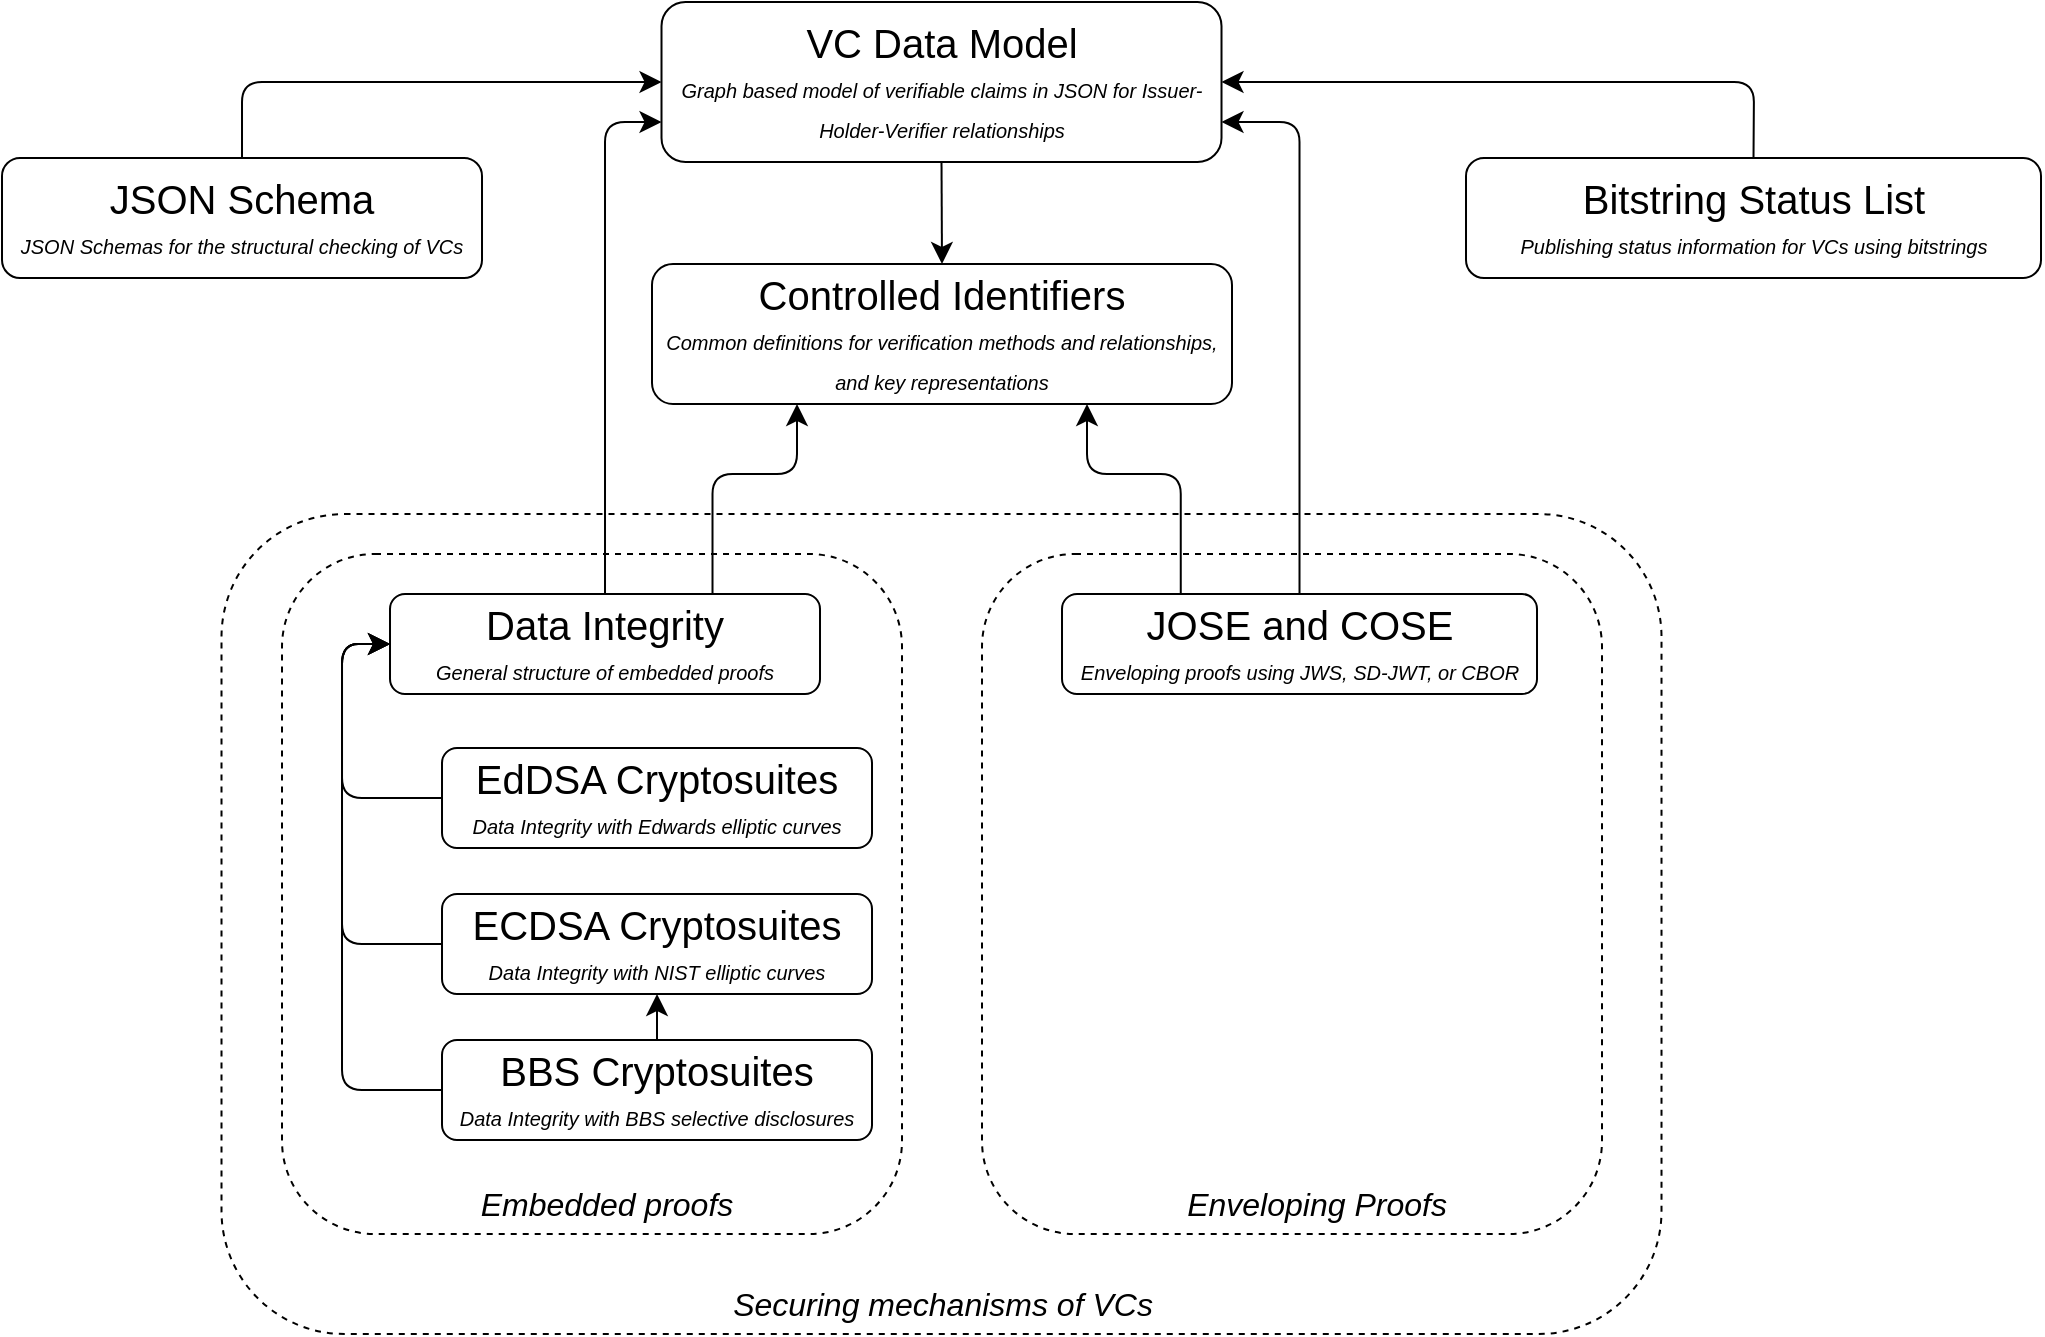
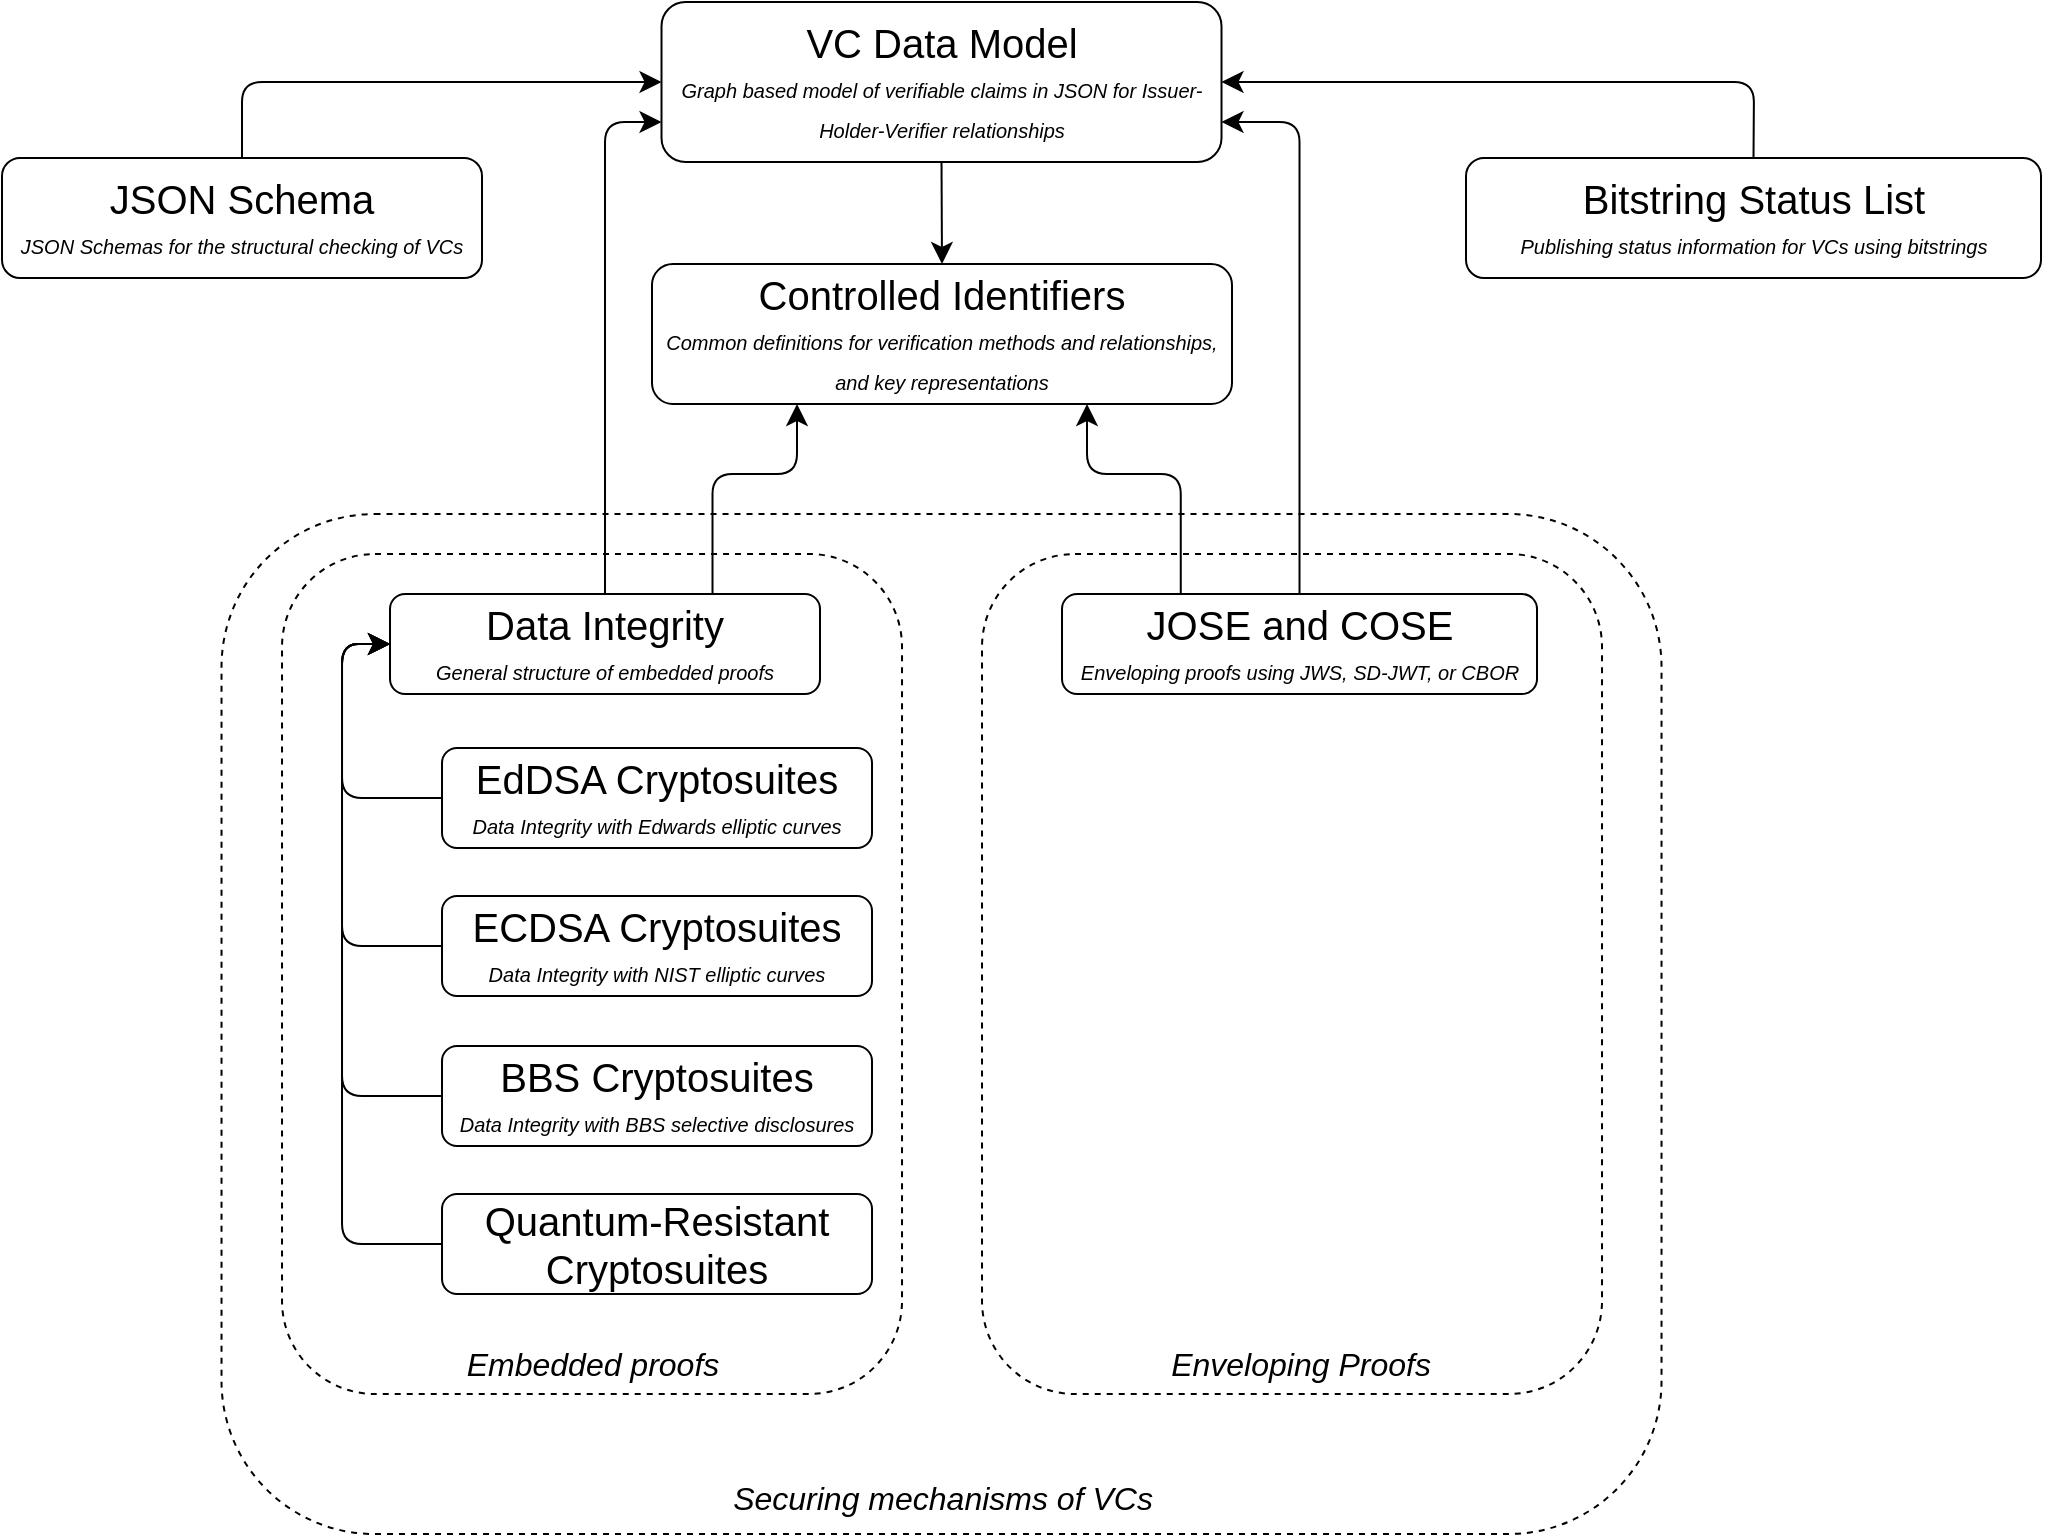
- <mxfile host="Electron" agent="Mozilla/5.0 (Macintosh; Intel Mac OS X 10_15_7) AppleWebKit/537.36 (KHTML, like Gecko) draw.io/26.2.15 Chrome/134.0.6998.205 Electron/35.2.1 Safari/537.36" version="26.2.15">
+ <mxfile host="Electron" agent="Mozilla/5.0 (Macintosh; Intel Mac OS X 10_15_7) AppleWebKit/537.36 (KHTML, like Gecko) draw.io/26.2.15 Chrome/134.0.6998.205 Electron/35.2.1 Safari/537.36">
  <diagram name="Page-1" id="6gULVhWcurzz5zKnDaAR">
-     <mxGraphModel dx="1667" dy="1058" grid="1" gridSize="10" guides="1" tooltips="1" connect="1" arrows="1" fold="1" page="1" pageScale="1" pageWidth="1169" pageHeight="827" background="none" math="0" shadow="0">
+     <mxGraphModel dx="1496" dy="1205" grid="1" gridSize="10" guides="1" tooltips="1" connect="1" arrows="1" fold="1" page="1" pageScale="1" pageWidth="1169" pageHeight="827" background="none" math="0" shadow="0">
      <root>
        <mxCell id="0" />
        <mxCell id="1" parent="0" />
-         <mxCell id="r7VOtmBWi9sTdI5Oyx6i-44" value="" style="rounded=1;whiteSpace=wrap;html=1;fontSize=16;fillColor=none;dashed=1;labelBackgroundColor=none;" parent="1" vertex="1">
-           <mxGeometry x="184.755" y="320" width="720" height="410" as="geometry" />
+         <mxCell id="r7VOtmBWi9sTdI5Oyx6i-44" parent="1" style="rounded=1;whiteSpace=wrap;html=1;fontSize=16;fillColor=none;dashed=1;labelBackgroundColor=none;" value="" vertex="1">
+           <mxGeometry height="510" width="720" x="184.76" y="320" as="geometry" />
        </mxCell>
-         <mxCell id="r7VOtmBWi9sTdI5Oyx6i-20" value="" style="edgeStyle=elbowEdgeStyle;elbow=vertical;endArrow=classic;html=1;curved=0;rounded=1;endSize=8;startSize=8;fontSize=12;exitX=0.5;exitY=0;exitDx=0;exitDy=0;entryX=0;entryY=0.75;entryDx=0;entryDy=0;labelBackgroundColor=none;fontColor=default;" parent="1" source="r7VOtmBWi9sTdI5Oyx6i-2" target="r7VOtmBWi9sTdI5Oyx6i-1" edge="1">
-           <mxGeometry width="50" height="50" relative="1" as="geometry">
-             <mxPoint x="375.005" y="350" as="sourcePoint" />
-             <mxPoint x="425.005" y="300" as="targetPoint" />
+         <mxCell id="r7VOtmBWi9sTdI5Oyx6i-20" edge="1" parent="1" source="r7VOtmBWi9sTdI5Oyx6i-2" style="edgeStyle=elbowEdgeStyle;elbow=vertical;endArrow=classic;html=1;curved=0;rounded=1;endSize=8;startSize=8;fontSize=12;exitX=0.5;exitY=0;exitDx=0;exitDy=0;entryX=0;entryY=0.75;entryDx=0;entryDy=0;labelBackgroundColor=none;fontColor=default;" target="r7VOtmBWi9sTdI5Oyx6i-1" value="">
+           <mxGeometry height="50" relative="1" width="50" as="geometry">
            <Array as="points">
              <mxPoint x="390" y="124" />
            </Array>
+             <mxPoint x="375.005" y="350" as="sourcePoint" />
+             <mxPoint x="425.005" y="300" as="targetPoint" />
          </mxGeometry>
        </mxCell>
-         <mxCell id="r7VOtmBWi9sTdI5Oyx6i-21" value="" style="edgeStyle=elbowEdgeStyle;elbow=vertical;endArrow=classic;html=1;curved=0;rounded=1;endSize=8;startSize=8;fontSize=12;exitX=0.5;exitY=0;exitDx=0;exitDy=0;entryX=1;entryY=0.75;entryDx=0;entryDy=0;labelBackgroundColor=none;fontColor=default;" parent="1" source="r7VOtmBWi9sTdI5Oyx6i-6" target="r7VOtmBWi9sTdI5Oyx6i-1" edge="1">
-           <mxGeometry width="50" height="50" relative="1" as="geometry">
-             <mxPoint x="545.005" y="340" as="sourcePoint" />
-             <mxPoint x="595.005" y="290" as="targetPoint" />
+         <mxCell id="r7VOtmBWi9sTdI5Oyx6i-21" edge="1" parent="1" source="r7VOtmBWi9sTdI5Oyx6i-6" style="edgeStyle=elbowEdgeStyle;elbow=vertical;endArrow=classic;html=1;curved=0;rounded=1;endSize=8;startSize=8;fontSize=12;exitX=0.5;exitY=0;exitDx=0;exitDy=0;entryX=1;entryY=0.75;entryDx=0;entryDy=0;labelBackgroundColor=none;fontColor=default;" target="r7VOtmBWi9sTdI5Oyx6i-1" value="">
+           <mxGeometry height="50" relative="1" width="50" as="geometry">
            <Array as="points">
              <mxPoint x="710" y="124" />
            </Array>
+             <mxPoint x="545.005" y="340" as="sourcePoint" />
+             <mxPoint x="595.005" y="290" as="targetPoint" />
          </mxGeometry>
        </mxCell>
-         <mxCell id="r7VOtmBWi9sTdI5Oyx6i-34" value="" style="rounded=1;whiteSpace=wrap;html=1;fontSize=16;fillColor=none;dashed=1;labelBackgroundColor=none;" parent="1" vertex="1">
-           <mxGeometry x="565.005" y="340" width="310" height="340" as="geometry" />
+         <mxCell id="r7VOtmBWi9sTdI5Oyx6i-34" parent="1" style="rounded=1;whiteSpace=wrap;html=1;fontSize=16;fillColor=none;dashed=1;labelBackgroundColor=none;" value="" vertex="1">
+           <mxGeometry height="420" width="310" x="565.01" y="340" as="geometry" />
        </mxCell>
        <UserObject label="&lt;font style=&quot;&quot;&gt;&lt;span style=&quot;font-size: 20px;&quot;&gt;JOSE and COSE&lt;br&gt;&lt;/span&gt;&lt;span style=&quot;font-size: 10px;&quot;&gt;&lt;i&gt;Enveloping proofs using JWS, SD-JWT, or CBOR&lt;/i&gt;&lt;/span&gt;&lt;br&gt;&lt;/font&gt;" link="https://www.w3.org/TR/vc-jose-cose/" linkTarget="_blank" id="r7VOtmBWi9sTdI5Oyx6i-6">
-           <mxCell style="rounded=1;whiteSpace=wrap;html=1;fontSize=16;labelBackgroundColor=none;fillColor=none;" parent="1" vertex="1">
-             <mxGeometry x="605.005" y="360" width="237.5" height="50" as="geometry" />
+           <mxCell parent="1" style="rounded=1;whiteSpace=wrap;html=1;fontSize=16;labelBackgroundColor=none;fillColor=none;" vertex="1">
+             <mxGeometry height="50" width="237.5" x="605.005" y="360" as="geometry" />
          </mxCell>
        </UserObject>
-         <mxCell id="r7VOtmBWi9sTdI5Oyx6i-33" value="" style="rounded=1;whiteSpace=wrap;html=1;fontSize=16;fillColor=none;dashed=1;labelBackgroundColor=none;" parent="1" vertex="1">
-           <mxGeometry x="215.005" y="340" width="310" height="340" as="geometry" />
+         <mxCell id="r7VOtmBWi9sTdI5Oyx6i-33" parent="1" style="rounded=1;whiteSpace=wrap;html=1;fontSize=16;fillColor=none;dashed=1;labelBackgroundColor=none;" value="" vertex="1">
+           <mxGeometry height="420" width="310" x="215.01" y="340" as="geometry" />
        </mxCell>
        <UserObject label="&lt;span style=&quot;font-size: 20px;&quot;&gt;Ed&lt;/span&gt;&lt;span style=&quot;font-size: 20px; background-color: initial;&quot;&gt;DSA Cryptosuites&lt;/span&gt;&lt;div&gt;&lt;font style=&quot;font-size: 10px;&quot;&gt;&lt;i&gt;Data Integrity with Edwards elliptic curves&lt;/i&gt;&lt;/font&gt;&lt;/div&gt;" link="https://www.w3.org/TR/vc-di-eddsa/" linkTarget="_blank" id="r7VOtmBWi9sTdI5Oyx6i-3">
-           <mxCell style="rounded=1;whiteSpace=wrap;html=1;fontSize=16;labelBackgroundColor=none;fillColor=none;" parent="1" vertex="1">
-             <mxGeometry x="295.005" y="437" width="215" height="50" as="geometry" />
+           <mxCell parent="1" style="rounded=1;whiteSpace=wrap;html=1;fontSize=16;labelBackgroundColor=none;fillColor=none;" vertex="1">
+             <mxGeometry height="50" width="215" x="295.005" y="437" as="geometry" />
          </mxCell>
        </UserObject>
        <UserObject label="&lt;span style=&quot;font-size: 20px;&quot;&gt;ECDSA Cryptosuites&lt;/span&gt;&lt;br&gt;&lt;font style=&quot;font-size: 10px;&quot;&gt;&lt;i&gt;Data Integrity with NIST elliptic curves&lt;/i&gt;&lt;/font&gt;" link="https://www.w3.org/TR/vc-di-ecdsa/" linkTarget="_blank" id="r7VOtmBWi9sTdI5Oyx6i-4">
-           <mxCell style="rounded=1;whiteSpace=wrap;html=1;fontSize=16;labelBackgroundColor=none;fillColor=none;" parent="1" vertex="1">
-             <mxGeometry x="295.005" y="510" width="215" height="50" as="geometry" />
+           <mxCell parent="1" style="rounded=1;whiteSpace=wrap;html=1;fontSize=16;labelBackgroundColor=none;fillColor=none;" vertex="1">
+             <mxGeometry height="50" width="215" x="295.005" y="511" as="geometry" />
          </mxCell>
        </UserObject>
        <UserObject label="&lt;span style=&quot;font-size: 20px;&quot;&gt;BBS Cryptosuites&lt;/span&gt;&lt;br&gt;&lt;font style=&quot;font-size: 10px;&quot;&gt;&lt;i&gt;Data Integrity with BBS selective disclosures&lt;/i&gt;&lt;/font&gt;" link="https://www.w3.org/TR/vc-di-bbs/" linkTarget="_blank" id="r7VOtmBWi9sTdI5Oyx6i-5">
-           <mxCell style="rounded=1;whiteSpace=wrap;html=1;fontSize=16;labelBackgroundColor=none;fillColor=none;" parent="1" vertex="1">
-             <mxGeometry x="295.005" y="583" width="215" height="50" as="geometry" />
+           <mxCell parent="1" style="rounded=1;whiteSpace=wrap;html=1;fontSize=16;labelBackgroundColor=none;fillColor=none;" vertex="1">
+             <mxGeometry height="50" width="215" x="295.005" y="586" as="geometry" />
          </mxCell>
        </UserObject>
        <UserObject label="&lt;font style=&quot;font-size: 20px;&quot;&gt;Data Integrity&lt;/font&gt;&lt;br&gt;&lt;font style=&quot;font-size: 10px;&quot;&gt;&lt;i&gt;General structure of embedded proofs&lt;/i&gt;&lt;/font&gt;" link="https://www.w3.org/TR/vc-data-integrity/" linkTarget="_blank" id="r7VOtmBWi9sTdI5Oyx6i-2">
-           <mxCell style="rounded=1;whiteSpace=wrap;html=1;fontSize=16;labelBackgroundColor=none;fillColor=none;" parent="1" vertex="1">
-             <mxGeometry x="269.005" y="360" width="215" height="50" as="geometry" />
+           <mxCell parent="1" style="rounded=1;whiteSpace=wrap;html=1;fontSize=16;labelBackgroundColor=none;fillColor=none;" vertex="1">
+             <mxGeometry height="50" width="215" x="269.005" y="360" as="geometry" />
          </mxCell>
        </UserObject>
-         <mxCell id="r7VOtmBWi9sTdI5Oyx6i-37" value="" style="edgeStyle=elbowEdgeStyle;elbow=horizontal;endArrow=classic;html=1;curved=0;rounded=1;endSize=8;startSize=8;fontSize=12;entryX=0;entryY=0.5;entryDx=0;entryDy=0;exitX=0;exitY=0.5;exitDx=0;exitDy=0;labelBackgroundColor=none;fontColor=default;" parent="1" source="r7VOtmBWi9sTdI5Oyx6i-3" target="r7VOtmBWi9sTdI5Oyx6i-2" edge="1">
-           <mxGeometry width="50" height="50" relative="1" as="geometry">
-             <mxPoint x="235.005" y="489" as="sourcePoint" />
-             <mxPoint x="285.005" y="439" as="targetPoint" />
+         <mxCell id="r7VOtmBWi9sTdI5Oyx6i-37" edge="1" parent="1" source="r7VOtmBWi9sTdI5Oyx6i-3" style="edgeStyle=elbowEdgeStyle;elbow=horizontal;endArrow=classic;html=1;curved=0;rounded=1;endSize=8;startSize=8;fontSize=12;entryX=0;entryY=0.5;entryDx=0;entryDy=0;exitX=0;exitY=0.5;exitDx=0;exitDy=0;labelBackgroundColor=none;fontColor=default;" target="r7VOtmBWi9sTdI5Oyx6i-2" value="">
+           <mxGeometry height="50" relative="1" width="50" as="geometry">
            <Array as="points">
              <mxPoint x="245.005" y="430" />
            </Array>
+             <mxPoint x="235.005" y="489" as="sourcePoint" />
+             <mxPoint x="285.005" y="439" as="targetPoint" />
          </mxGeometry>
        </mxCell>
-         <mxCell id="r7VOtmBWi9sTdI5Oyx6i-38" value="" style="edgeStyle=elbowEdgeStyle;elbow=horizontal;endArrow=classic;html=1;curved=0;rounded=1;endSize=8;startSize=8;fontSize=12;entryX=0;entryY=0.5;entryDx=0;entryDy=0;exitX=0;exitY=0.5;exitDx=0;exitDy=0;labelBackgroundColor=none;fontColor=default;" parent="1" source="r7VOtmBWi9sTdI5Oyx6i-4" target="r7VOtmBWi9sTdI5Oyx6i-2" edge="1">
-           <mxGeometry width="50" height="50" relative="1" as="geometry">
-             <mxPoint x="275.005" y="580" as="sourcePoint" />
-             <mxPoint x="249.005" y="490" as="targetPoint" />
+         <mxCell id="r7VOtmBWi9sTdI5Oyx6i-38" edge="1" parent="1" source="r7VOtmBWi9sTdI5Oyx6i-4" style="edgeStyle=elbowEdgeStyle;elbow=horizontal;endArrow=classic;html=1;curved=0;rounded=1;endSize=8;startSize=8;fontSize=12;entryX=0;entryY=0.5;entryDx=0;entryDy=0;exitX=0;exitY=0.5;exitDx=0;exitDy=0;labelBackgroundColor=none;fontColor=default;" target="r7VOtmBWi9sTdI5Oyx6i-2" value="">
+           <mxGeometry height="50" relative="1" width="50" as="geometry">
            <Array as="points">
              <mxPoint x="245.005" y="460" />
            </Array>
+             <mxPoint x="275.005" y="580" as="sourcePoint" />
+             <mxPoint x="249.005" y="490" as="targetPoint" />
          </mxGeometry>
        </mxCell>
-         <mxCell id="r7VOtmBWi9sTdI5Oyx6i-39" value="" style="edgeStyle=elbowEdgeStyle;elbow=horizontal;endArrow=classic;html=1;curved=0;rounded=1;endSize=8;startSize=8;fontSize=12;entryX=0;entryY=0.5;entryDx=0;entryDy=0;exitX=0;exitY=0.5;exitDx=0;exitDy=0;labelBackgroundColor=none;fontColor=default;" parent="1" source="r7VOtmBWi9sTdI5Oyx6i-5" target="r7VOtmBWi9sTdI5Oyx6i-2" edge="1">
-           <mxGeometry width="50" height="50" relative="1" as="geometry">
-             <mxPoint x="275.005" y="600" as="sourcePoint" />
-             <mxPoint x="249.005" y="510" as="targetPoint" />
+         <mxCell id="r7VOtmBWi9sTdI5Oyx6i-39" edge="1" parent="1" source="r7VOtmBWi9sTdI5Oyx6i-5" style="edgeStyle=elbowEdgeStyle;elbow=horizontal;endArrow=classic;html=1;curved=0;rounded=1;endSize=8;startSize=8;fontSize=12;entryX=0;entryY=0.5;entryDx=0;entryDy=0;exitX=0;exitY=0.5;exitDx=0;exitDy=0;labelBackgroundColor=none;fontColor=default;" target="r7VOtmBWi9sTdI5Oyx6i-2" value="">
+           <mxGeometry height="50" relative="1" width="50" as="geometry">
            <Array as="points">
              <mxPoint x="245.005" y="490" />
            </Array>
+             <mxPoint x="275.005" y="600" as="sourcePoint" />
+             <mxPoint x="249.005" y="510" as="targetPoint" />
          </mxGeometry>
        </mxCell>
-         <mxCell id="Xbw9OttzSYU2m0TrLEde-5" style="edgeStyle=none;curved=1;rounded=0;orthogonalLoop=1;jettySize=auto;html=1;exitX=0.5;exitY=0;exitDx=0;exitDy=0;entryX=0.5;entryY=1;entryDx=0;entryDy=0;fontSize=12;startSize=8;endSize=8;startArrow=classic;startFill=1;endArrow=none;endFill=0;" parent="1" source="Xbw9OttzSYU2m0TrLEde-2" target="r7VOtmBWi9sTdI5Oyx6i-1" edge="1">
+         <mxCell id="Xbw9OttzSYU2m0TrLEde-5" edge="1" parent="1" source="Xbw9OttzSYU2m0TrLEde-2" style="edgeStyle=none;curved=1;rounded=0;orthogonalLoop=1;jettySize=auto;html=1;exitX=0.5;exitY=0;exitDx=0;exitDy=0;entryX=0.5;entryY=1;entryDx=0;entryDy=0;fontSize=12;startSize=8;endSize=8;startArrow=classic;startFill=1;endArrow=none;endFill=0;" target="r7VOtmBWi9sTdI5Oyx6i-1">
          <mxGeometry relative="1" as="geometry" />
        </mxCell>
        <UserObject label="&lt;font style=&quot;&quot;&gt;&lt;span style=&quot;font-size: 20px;&quot;&gt;Controlled Identifiers&lt;/span&gt;&lt;/font&gt;&lt;div&gt;&lt;font style=&quot;&quot;&gt;&lt;i style=&quot;font-size: 10px;&quot;&gt;Common definitions for verification methods and relationships, and key representations&lt;/i&gt;&lt;br&gt;&lt;/font&gt;&lt;/div&gt;" link="https://www.w3.org/TR/cid-1.0/" linkTarget="_blank" id="Xbw9OttzSYU2m0TrLEde-2">
-           <mxCell style="rounded=1;whiteSpace=wrap;html=1;fontSize=16;labelBackgroundColor=none;fillColor=none;" parent="1" vertex="1">
-             <mxGeometry x="400" y="195" width="290" height="70" as="geometry" />
+           <mxCell parent="1" style="rounded=1;whiteSpace=wrap;html=1;fontSize=16;labelBackgroundColor=none;fillColor=none;" vertex="1">
+             <mxGeometry height="70" width="290" x="400" y="195" as="geometry" />
          </mxCell>
        </UserObject>
        <UserObject label="&lt;font style=&quot;font-size: 20px;&quot;&gt;VC Data Model&lt;/font&gt;&lt;br&gt;&lt;font style=&quot;font-size: 10px;&quot;&gt;&lt;i&gt;Graph based model of verifiable claims in JSON for Issuer-Holder-Verifier relationships&lt;/i&gt;&lt;/font&gt;" link="https://www.w3.org/TR/vc-data-model-2.0/" linkTarget="_blank" id="r7VOtmBWi9sTdI5Oyx6i-1">
-           <mxCell style="rounded=1;whiteSpace=wrap;html=1;fontSize=16;labelBackgroundColor=none;fillColor=none;" parent="1" vertex="1">
-             <mxGeometry x="404.755" y="64" width="280" height="80" as="geometry" />
+           <mxCell parent="1" style="rounded=1;whiteSpace=wrap;html=1;fontSize=16;labelBackgroundColor=none;fillColor=none;" vertex="1">
+             <mxGeometry height="80" width="280" x="404.755" y="64" as="geometry" />
          </mxCell>
        </UserObject>
        <UserObject label="&lt;font style=&quot;&quot;&gt;&lt;span style=&quot;font-size: 20px;&quot;&gt;JSON Schema&lt;br&gt;&lt;/span&gt;&lt;i style=&quot;font-size: 10px;&quot;&gt;JSON Schemas for the structural checking of VCs&lt;/i&gt;&lt;br&gt;&lt;/font&gt;" link="https://www.w3.org/TR/vc-json-schema/" linkTarget="_blank" id="r7VOtmBWi9sTdI5Oyx6i-7">
-           <mxCell style="rounded=1;whiteSpace=wrap;html=1;fontSize=16;labelBackgroundColor=none;fillColor=none;" parent="1" vertex="1">
-             <mxGeometry x="75.005" y="142" width="240" height="60" as="geometry" />
+           <mxCell parent="1" style="rounded=1;whiteSpace=wrap;html=1;fontSize=16;labelBackgroundColor=none;fillColor=none;" vertex="1">
+             <mxGeometry height="60" width="240" x="75.005" y="142" as="geometry" />
          </mxCell>
        </UserObject>
        <UserObject label="&lt;font style=&quot;&quot;&gt;&lt;span style=&quot;font-size: 20px;&quot;&gt;Bitstring Status List&lt;br&gt;&lt;/span&gt;&lt;i style=&quot;font-size: 10px;&quot;&gt;Publishing status information for VCs using bitstrings&lt;/i&gt;&lt;br&gt;&lt;/font&gt;" link="https://www.w3.org/TR/vc-bitstring-status-list/" linkTarget="_blank" id="r7VOtmBWi9sTdI5Oyx6i-8">
-           <mxCell style="rounded=1;whiteSpace=wrap;html=1;fontSize=16;labelBackgroundColor=none;fillColor=none;" parent="1" vertex="1">
-             <mxGeometry x="807.005" y="142" width="287.5" height="60" as="geometry" />
+           <mxCell parent="1" style="rounded=1;whiteSpace=wrap;html=1;fontSize=16;labelBackgroundColor=none;fillColor=none;" vertex="1">
+             <mxGeometry height="60" width="287.5" x="807.005" y="142" as="geometry" />
          </mxCell>
        </UserObject>
-         <mxCell id="r7VOtmBWi9sTdI5Oyx6i-23" value="" style="edgeStyle=elbowEdgeStyle;elbow=horizontal;endArrow=classic;html=1;curved=0;rounded=1;endSize=8;startSize=8;fontSize=12;exitX=0.5;exitY=0;exitDx=0;exitDy=0;entryX=0;entryY=0.5;entryDx=0;entryDy=0;labelBackgroundColor=none;fontColor=default;" parent="1" source="r7VOtmBWi9sTdI5Oyx6i-7" target="r7VOtmBWi9sTdI5Oyx6i-1" edge="1">
-           <mxGeometry width="50" height="50" relative="1" as="geometry">
-             <mxPoint x="215.005" y="92" as="sourcePoint" />
-             <mxPoint x="265.005" y="42" as="targetPoint" />
+         <mxCell id="r7VOtmBWi9sTdI5Oyx6i-23" edge="1" parent="1" source="r7VOtmBWi9sTdI5Oyx6i-7" style="edgeStyle=elbowEdgeStyle;elbow=horizontal;endArrow=classic;html=1;curved=0;rounded=1;endSize=8;startSize=8;fontSize=12;exitX=0.5;exitY=0;exitDx=0;exitDy=0;entryX=0;entryY=0.5;entryDx=0;entryDy=0;labelBackgroundColor=none;fontColor=default;" target="r7VOtmBWi9sTdI5Oyx6i-1" value="">
+           <mxGeometry height="50" relative="1" width="50" as="geometry">
            <Array as="points">
              <mxPoint x="195.005" y="132" />
            </Array>
+             <mxPoint x="215.005" y="92" as="sourcePoint" />
+             <mxPoint x="265.005" y="42" as="targetPoint" />
          </mxGeometry>
        </mxCell>
-         <mxCell id="r7VOtmBWi9sTdI5Oyx6i-24" value="" style="edgeStyle=elbowEdgeStyle;elbow=horizontal;endArrow=classic;html=1;curved=0;rounded=1;endSize=8;startSize=8;fontSize=12;entryX=1;entryY=0.5;entryDx=0;entryDy=0;exitX=0.5;exitY=0;exitDx=0;exitDy=0;labelBackgroundColor=none;fontColor=default;" parent="1" source="r7VOtmBWi9sTdI5Oyx6i-8" target="r7VOtmBWi9sTdI5Oyx6i-1" edge="1">
-           <mxGeometry width="50" height="50" relative="1" as="geometry">
-             <mxPoint x="1029.005" y="82" as="sourcePoint" />
-             <mxPoint x="735.005" y="22" as="targetPoint" />
+         <mxCell id="r7VOtmBWi9sTdI5Oyx6i-24" edge="1" parent="1" source="r7VOtmBWi9sTdI5Oyx6i-8" style="edgeStyle=elbowEdgeStyle;elbow=horizontal;endArrow=classic;html=1;curved=0;rounded=1;endSize=8;startSize=8;fontSize=12;entryX=1;entryY=0.5;entryDx=0;entryDy=0;exitX=0.5;exitY=0;exitDx=0;exitDy=0;labelBackgroundColor=none;fontColor=default;" target="r7VOtmBWi9sTdI5Oyx6i-1" value="">
+           <mxGeometry height="50" relative="1" width="50" as="geometry">
            <Array as="points">
              <mxPoint x="951.005" y="132" />
            </Array>
+             <mxPoint x="1029.005" y="82" as="sourcePoint" />
+             <mxPoint x="735.005" y="22" as="targetPoint" />
          </mxGeometry>
        </mxCell>
-         <mxCell id="Xbw9OttzSYU2m0TrLEde-3" value="" style="edgeStyle=elbowEdgeStyle;elbow=vertical;endArrow=classic;html=1;curved=0;rounded=1;endSize=8;startSize=8;fontSize=12;exitX=0.25;exitY=0;exitDx=0;exitDy=0;entryX=0.75;entryY=1;entryDx=0;entryDy=0;labelBackgroundColor=none;fontColor=default;" parent="1" source="r7VOtmBWi9sTdI5Oyx6i-6" target="Xbw9OttzSYU2m0TrLEde-2" edge="1">
-           <mxGeometry width="50" height="50" relative="1" as="geometry">
-             <mxPoint x="759" y="366" as="sourcePoint" />
-             <mxPoint x="720" y="130" as="targetPoint" />
+         <mxCell id="Xbw9OttzSYU2m0TrLEde-3" edge="1" parent="1" source="r7VOtmBWi9sTdI5Oyx6i-6" style="edgeStyle=elbowEdgeStyle;elbow=vertical;endArrow=classic;html=1;curved=0;rounded=1;endSize=8;startSize=8;fontSize=12;exitX=0.25;exitY=0;exitDx=0;exitDy=0;entryX=0.75;entryY=1;entryDx=0;entryDy=0;labelBackgroundColor=none;fontColor=default;" target="Xbw9OttzSYU2m0TrLEde-2" value="">
+           <mxGeometry height="50" relative="1" width="50" as="geometry">
            <Array as="points">
              <mxPoint x="630" y="300" />
            </Array>
+             <mxPoint x="759" y="366" as="sourcePoint" />
+             <mxPoint x="720" y="130" as="targetPoint" />
          </mxGeometry>
        </mxCell>
-         <mxCell id="Xbw9OttzSYU2m0TrLEde-4" value="" style="edgeStyle=elbowEdgeStyle;elbow=vertical;endArrow=classic;html=1;curved=0;rounded=1;endSize=8;startSize=8;fontSize=12;exitX=0.75;exitY=0;exitDx=0;exitDy=0;entryX=0.25;entryY=1;entryDx=0;entryDy=0;labelBackgroundColor=none;fontColor=default;" parent="1" source="r7VOtmBWi9sTdI5Oyx6i-2" target="Xbw9OttzSYU2m0TrLEde-2" edge="1">
-           <mxGeometry width="50" height="50" relative="1" as="geometry">
-             <mxPoint x="530" y="360" as="sourcePoint" />
-             <mxPoint x="470" y="280" as="targetPoint" />
+         <mxCell id="Xbw9OttzSYU2m0TrLEde-4" edge="1" parent="1" source="r7VOtmBWi9sTdI5Oyx6i-2" style="edgeStyle=elbowEdgeStyle;elbow=vertical;endArrow=classic;html=1;curved=0;rounded=1;endSize=8;startSize=8;fontSize=12;exitX=0.75;exitY=0;exitDx=0;exitDy=0;entryX=0.25;entryY=1;entryDx=0;entryDy=0;labelBackgroundColor=none;fontColor=default;" target="Xbw9OttzSYU2m0TrLEde-2" value="">
+           <mxGeometry height="50" relative="1" width="50" as="geometry">
            <Array as="points">
              <mxPoint x="386" y="300" />
            </Array>
+             <mxPoint x="530" y="360" as="sourcePoint" />
+             <mxPoint x="470" y="280" as="targetPoint" />
          </mxGeometry>
        </mxCell>
-         <mxCell id="o33hrdEk1rEdeaYNmZue-1" value="" style="endArrow=classic;html=1;rounded=0;fontSize=12;startSize=8;endSize=8;curved=1;exitX=0.5;exitY=0;exitDx=0;exitDy=0;" parent="1" source="r7VOtmBWi9sTdI5Oyx6i-5" target="r7VOtmBWi9sTdI5Oyx6i-4" edge="1">
-           <mxGeometry width="50" height="50" relative="1" as="geometry">
-             <mxPoint x="630" y="680" as="sourcePoint" />
-             <mxPoint x="680" y="630" as="targetPoint" />
+         <mxCell id="7Y__Ef_JBj4FKFU6f0si-1" parent="1" style="text;html=1;align=center;verticalAlign=middle;resizable=0;points=[];autosize=1;strokeColor=none;fillColor=none;fontSize=16;" value="&lt;i&gt;Enveloping Proofs&lt;/i&gt;" vertex="1">
+           <mxGeometry height="30" width="150" x="648.75" y="730" as="geometry" />
+         </mxCell>
+         <mxCell id="7Y__Ef_JBj4FKFU6f0si-2" parent="1" style="text;html=1;align=center;verticalAlign=middle;resizable=0;points=[];autosize=1;strokeColor=none;fillColor=none;fontSize=16;" value="&lt;i&gt;Embedded proofs&lt;/i&gt;" vertex="1">
+           <mxGeometry height="30" width="150" x="295.01" y="730" as="geometry" />
+         </mxCell>
+         <mxCell id="7Y__Ef_JBj4FKFU6f0si-3" parent="1" style="text;html=1;align=center;verticalAlign=middle;resizable=0;points=[];autosize=1;strokeColor=none;fillColor=none;fontSize=16;" value="&lt;i&gt;Securing mechanisms of VCs&lt;/i&gt;" vertex="1">
+           <mxGeometry height="30" width="230" x="430" y="797" as="geometry" />
+         </mxCell>
+         <UserObject label="&lt;span style=&quot;font-size: 20px;&quot;&gt;Quantum-Resistant Cryptosuites&lt;/span&gt;" link="https://www.w3.org/TR/vc-di-bbs/" linkTarget="_blank" id="whtBakF46aN5u3JqghIY-1">
+           <mxCell parent="1" style="rounded=1;whiteSpace=wrap;html=1;fontSize=16;labelBackgroundColor=none;fillColor=none;" vertex="1">
+             <mxGeometry height="50" width="215" x="295.01" y="660" as="geometry" />
+           </mxCell>
+         </UserObject>
+         <mxCell id="whtBakF46aN5u3JqghIY-2" edge="1" parent="1" source="whtBakF46aN5u3JqghIY-1" style="edgeStyle=elbowEdgeStyle;elbow=horizontal;endArrow=classic;html=1;curved=0;rounded=1;endSize=8;startSize=8;fontSize=12;entryX=0;entryY=0.5;entryDx=0;entryDy=0;exitX=0;exitY=0.5;exitDx=0;exitDy=0;labelBackgroundColor=none;fontColor=default;" target="r7VOtmBWi9sTdI5Oyx6i-2" value="">
+           <mxGeometry height="50" relative="1" width="50" as="geometry">
+             <Array as="points">
+               <mxPoint x="245.01" y="542" />
+             </Array>
+             <mxPoint x="295.005" y="663" as="sourcePoint" />
+             <mxPoint x="269.005" y="437" as="targetPoint" />
          </mxGeometry>
-         </mxCell>
-         <mxCell id="7Y__Ef_JBj4FKFU6f0si-1" value="&lt;i&gt;Enveloping Proofs&lt;/i&gt;" style="text;html=1;align=center;verticalAlign=middle;resizable=0;points=[];autosize=1;strokeColor=none;fillColor=none;fontSize=16;" vertex="1" parent="1">
-           <mxGeometry x="657.01" y="650" width="150" height="30" as="geometry" />
-         </mxCell>
-         <mxCell id="7Y__Ef_JBj4FKFU6f0si-2" value="&lt;i&gt;Embedded proofs&lt;/i&gt;" style="text;html=1;align=center;verticalAlign=middle;resizable=0;points=[];autosize=1;strokeColor=none;fillColor=none;fontSize=16;" vertex="1" parent="1">
-           <mxGeometry x="301.51" y="650" width="150" height="30" as="geometry" />
-         </mxCell>
-         <mxCell id="7Y__Ef_JBj4FKFU6f0si-3" value="&lt;i&gt;Securing mechanisms of VCs&lt;/i&gt;" style="text;html=1;align=center;verticalAlign=middle;resizable=0;points=[];autosize=1;strokeColor=none;fillColor=none;fontSize=16;" vertex="1" parent="1">
-           <mxGeometry x="430" y="700" width="230" height="30" as="geometry" />
        </mxCell>
      </root>
    </mxGraphModel>
  </diagram>
</mxfile>
